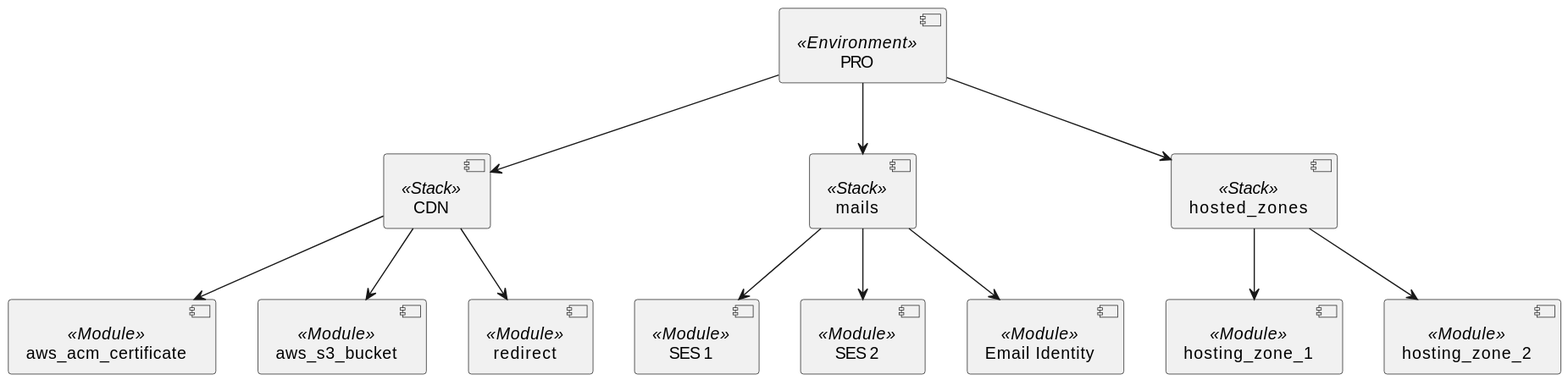
The PlantUML diagram diagrams/terraform-structure.svg in copotrzebne-pl/infrastructure, before a commit.
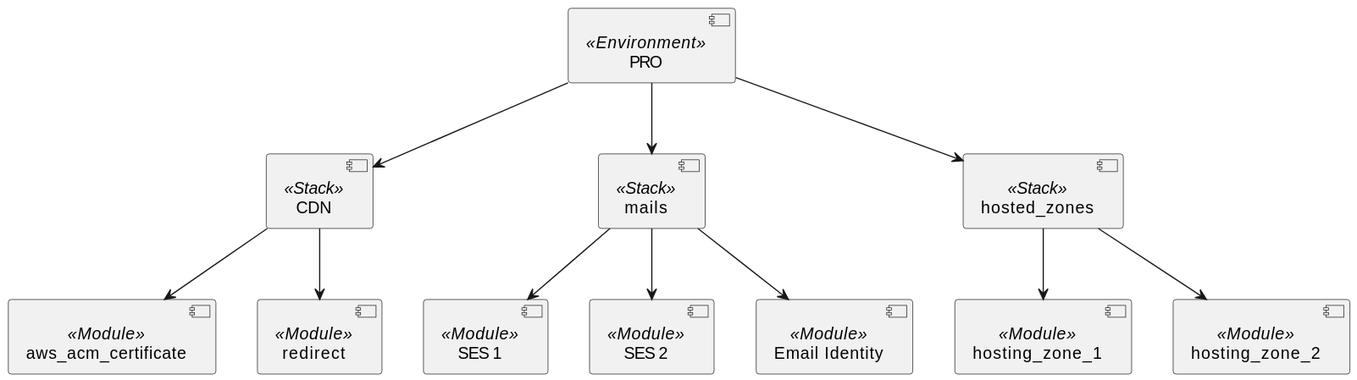
Later version of the same file.

What changed in the source:
```diff
@@ -7,7 +7,6 @@
 component [hosted_zones] <<Stack>> as dns
 
 component [aws_acm_certificate] <<Module>> as cert
-component [aws_s3_bucket] <<Module>> as s3
 component [redirect] <<Module>> as redirect
 component [SES 1] <<Module>> as ses1
 component [SES 2] <<Module>> as ses2
@@ -17,7 +16,6 @@
 
 pro --> cdn
 cdn --> cert
-cdn --> s3
 cdn --> redirect
 pro --> dns
 dns --> zone1
```
